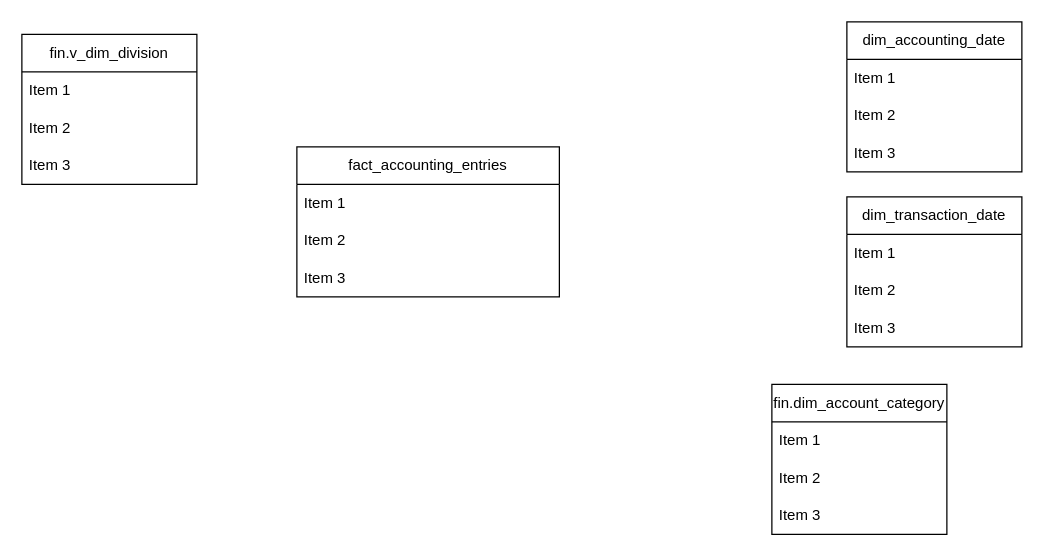
Earlier version of the draw.io diagram Raval/COST_TRANSACTIONS.drawio (almogov/Binarient). Source tidied: cells renumbered, new cells numbered last; positions are measured from the earlier drawing's top-left corner, leaving out a move shared by most shapes. Both pictures are drawn from the tidied source at 125%, with x=0, y=0 at pixel (21, 21).
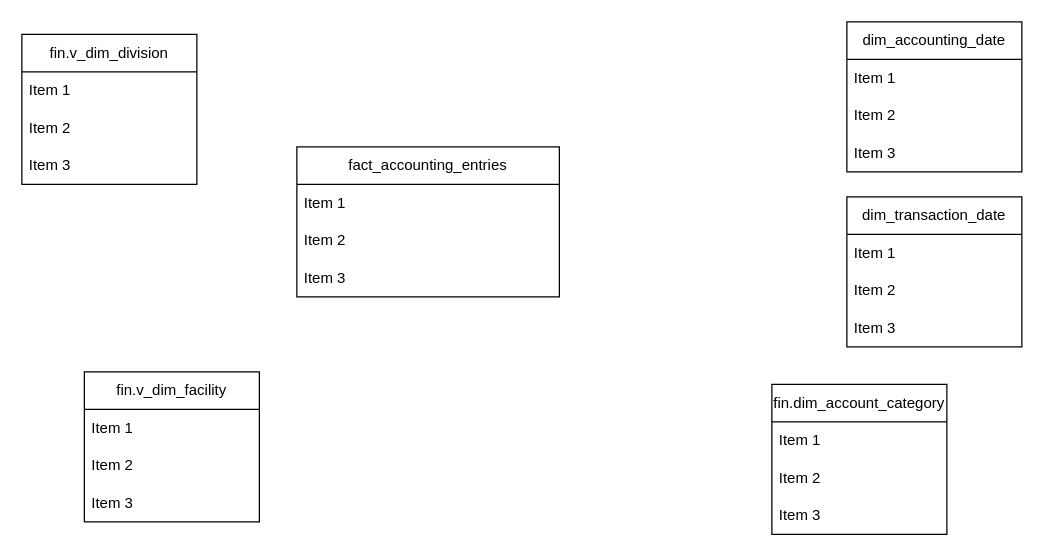
The same page after the edit.

What changed in the source:
```diff
@@
+    <mxCell id="22" value="fin.v_dim_facility" style="swimlane;fontStyle=0;horizontal=1;startSize=30;whiteSpace=wrap;html=1;" parent="1" vertex="1">
+      <mxGeometry x="50" y="280" width="140" height="120" as="geometry" />
+    </mxCell>
+    <mxCell id="23" value="Item 1" style="text;strokeColor=none;fillColor=none;align=left;verticalAlign=middle;spacingLeft=4;spacingRight=4;overflow=hidden;whiteSpace=wrap;html=1;" parent="22" vertex="1">
+      <mxGeometry y="30" width="140" height="30" as="geometry" />
+    </mxCell>
+    <mxCell id="24" value="Item 2" style="text;strokeColor=none;fillColor=none;align=left;verticalAlign=middle;spacingLeft=4;spacingRight=4;overflow=hidden;whiteSpace=wrap;html=1;" parent="22" vertex="1">
+      <mxGeometry y="60" width="140" height="30" as="geometry" />
+    </mxCell>
+    <mxCell id="25" value="Item 3" style="text;strokeColor=none;fillColor=none;align=left;verticalAlign=middle;spacingLeft=4;spacingRight=4;overflow=hidden;whiteSpace=wrap;html=1;" parent="22" vertex="1">
+      <mxGeometry y="90" width="140" height="30" as="geometry" />
+    </mxCell>
```
